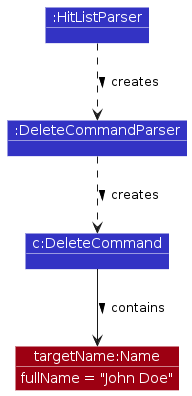
Earlier version of the PlantUML export diagrams/delete-person/PersonDeleteParsing.png (AY2526S2-CS2103T-W11-2/tp). Its source is kept beside it as diagrams/delete-person/PersonDeleteParsing.puml.
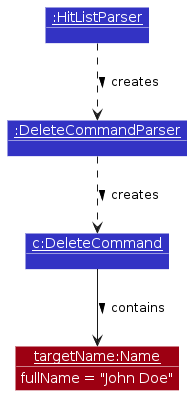
After the commit.

What changed in the source:
```diff
@@ -10,10 +10,10 @@
 show objects
 show members
 
-object ":HitListParser" as HitListParser LOGIC_COLOR
-object ":DeleteCommandParser" as DeleteCommandParser LOGIC_COLOR
-object "c:DeleteCommand" as DeleteCommand LOGIC_COLOR
-object "targetName:Name" as Name MODEL_COLOR
+object "<u>:HitListParser</u>" as HitListParser LOGIC_COLOR
+object "<u>:DeleteCommandParser</u>" as DeleteCommandParser LOGIC_COLOR
+object "<u>c:DeleteCommand</u>" as DeleteCommand LOGIC_COLOR
+object "<u>targetName:Name</u>" as Name MODEL_COLOR
 
 HitListParser ..> DeleteCommandParser : creates >
 DeleteCommandParser ..> DeleteCommand : creates >
```
